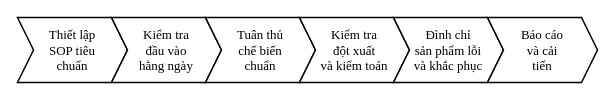
anhddatt/IE203-phuc-long-bpm-project keeps this draw.io diagram as page "Quản lý chất lượng" (4 of 11) of diagrams/Sơ đồ Cơ cấu Tổ chức.drawio. Above is the earlier version. Source tidied: cells renumbered, new cells numbered last; positions are measured from the earlier drawing's top-left corner, leaving out a move shared by most shapes. Both pictures are drawn from the tidied source at 100%, with x=0, y=0 at pixel (17, 17).
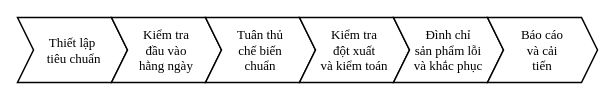
The same page after the edit.

Diff of the diagram source:
```diff
@@
 <mxGraphModel>
   <root>
     <mxCell id="0" />
     <mxCell id="1" parent="0" />
-    <mxCell id="2" value="Thiết lập&lt;br&gt;SOP tiêu&lt;br&gt;chuẩn" style="shape=step;perimeter=stepPerimeter;whiteSpace=wrap;html=1;fixedSize=1;size=16;strokeWidth=1.5;fontFamily=Times New Roman;fontSize=13;align=center;verticalAlign=middle;spacingLeft=16;spacingRight=16;" parent="1" vertex="1">
+    <mxCell id="2" value="Thiết lập&lt;br&gt;&amp;nbsp;tiêu chuẩn" style="shape=step;perimeter=stepPerimeter;whiteSpace=wrap;html=1;fixedSize=1;size=16;strokeWidth=1.5;fontFamily=Times New Roman;fontSize=13;align=center;verticalAlign=middle;spacingLeft=16;spacingRight=16;" parent="1" vertex="1">
       <mxGeometry width="110" height="65" as="geometry" />
     </mxCell>
     <mxCell id="3" value="Kiểm tra&lt;br&gt;đầu vào&lt;br&gt;hằng ngày" style="shape=step;perimeter=stepPerimeter;whiteSpace=wrap;html=1;fixedSize=1;size=16;strokeWidth=1.5;fontFamily=Times New Roman;fontSize=13;align=center;verticalAlign=middle;spacingLeft=16;spacingRight=16;" parent="1" vertex="1">
       <mxGeometry x="94" width="110" height="65" as="geometry" />
     </mxCell>
     <mxCell id="4" value="Tuân thủ&lt;br&gt;chế biến&lt;br&gt;chuẩn" style="shape=step;perimeter=stepPerimeter;whiteSpace=wrap;html=1;fixedSize=1;size=16;strokeWidth=1.5;fontFamily=Times New Roman;fontSize=13;align=center;verticalAlign=middle;spacingLeft=16;spacingRight=16;" parent="1" vertex="1">
       <mxGeometry x="188" width="110" height="65" as="geometry" />
     </mxCell>
     <mxCell id="5" value="Kiểm tra&lt;br&gt;đột xuất&lt;br&gt;và kiểm toán" style="shape=step;perimeter=stepPerimeter;whiteSpace=wrap;html=1;fixedSize=1;size=16;strokeWidth=1.5;fontFamily=Times New Roman;fontSize=13;align=center;verticalAlign=middle;spacingLeft=16;spacingRight=16;" parent="1" vertex="1">
       <mxGeometry x="282" width="110" height="65" as="geometry" />
     </mxCell>
     <mxCell id="6" value="Đình chỉ&lt;br&gt;sản phẩm lỗi và khắc phục" style="shape=step;perimeter=stepPerimeter;whiteSpace=wrap;html=1;fixedSize=1;size=16;strokeWidth=1.5;fontFamily=Times New Roman;fontSize=13;align=center;verticalAlign=middle;spacingLeft=16;spacingRight=16;" parent="1" vertex="1">
       <mxGeometry x="376" width="110" height="65" as="geometry" />
     </mxCell>
     <mxCell id="7" value="Báo cáo&lt;br&gt;và cải&lt;br&gt;tiến" style="shape=step;perimeter=stepPerimeter;whiteSpace=wrap;html=1;fixedSize=1;size=16;strokeWidth=1.5;fontFamily=Times New Roman;fontSize=13;align=center;verticalAlign=middle;spacingLeft=16;spacingRight=16;" parent="1" vertex="1">
       <mxGeometry x="470" width="110" height="65" as="geometry" />
     </mxCell>
   </root>
 </mxGraphModel>
```
